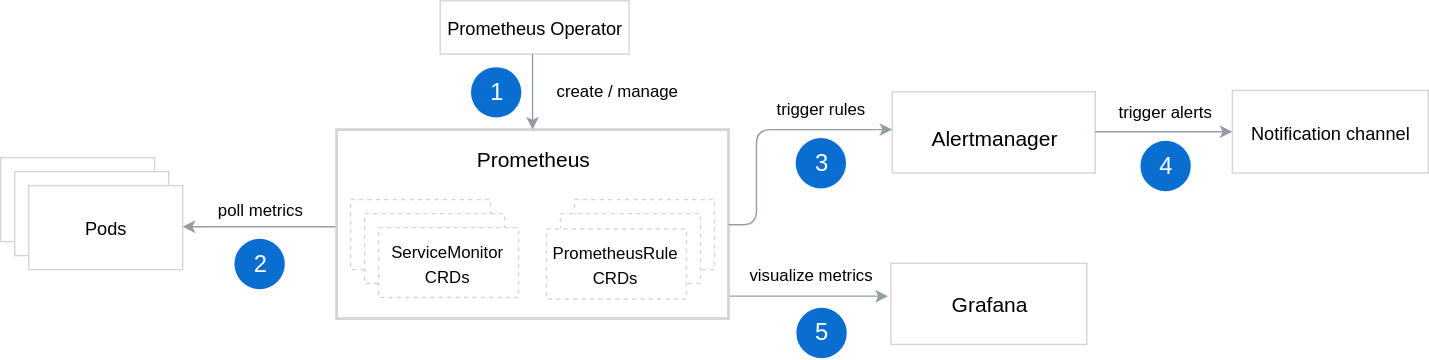
kyma-project/kyma keeps this draw.io diagram as docs/05-technical-reference/03-architecture/assets/obsv-monitoring-flow.svg. Above is the earlier version. Source tidied: cells renumbered, new cells last; positions are measured from the earlier drawing's top-left corner, leaving out a move shared by most shapes.
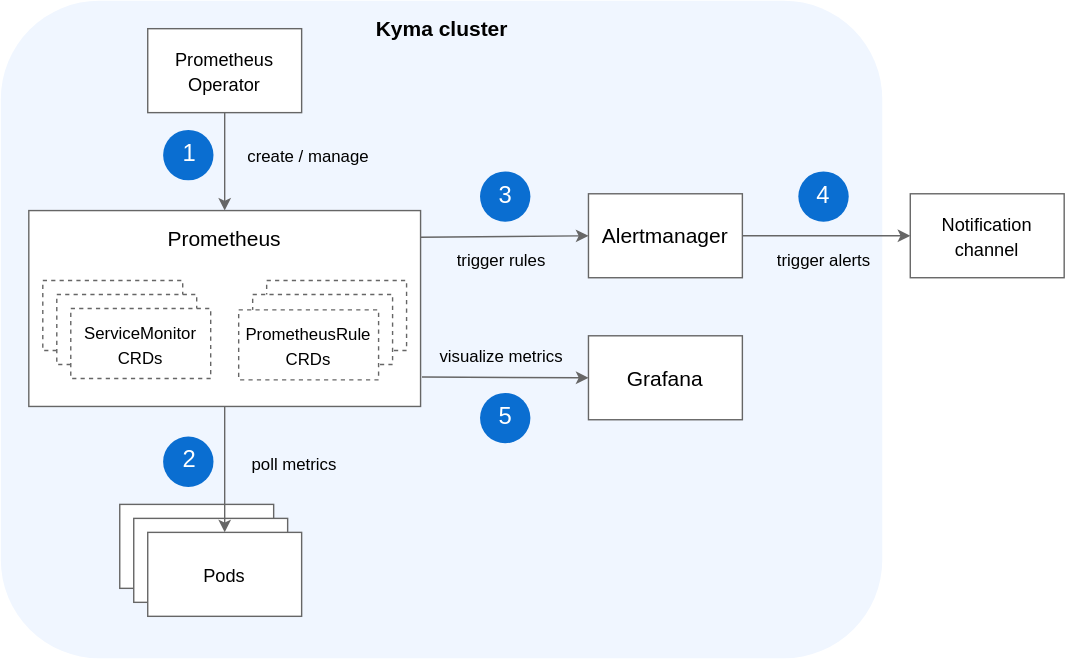
The same file after the commit.

Commit message:
redesign monitoring diagrams in new style

Diff of the diagram source:
```diff
@@ -2,133 +2,120 @@
   <root>
     <mxCell id="0" />
     <mxCell id="1" parent="0" />
-    <mxCell id="2" style="endArrow=classic;html=1;strokeColor=#959CA4;strokeWidth=1;fontFamily=Helvetica;fontSize=15;fontColor=#000000;exitX=0;exitY=0.5;exitDx=0;exitDy=0;entryX=1;entryY=0.5;entryDx=0;entryDy=0;" parent="1" edge="1">
-      <mxGeometry relative="1" as="geometry">
-        <mxPoint x="240.4" y="161.4" as="sourcePoint" />
-        <mxPoint x="130" y="161.4" as="targetPoint" />
-      </mxGeometry>
-    </mxCell>
+    <mxCell id="39" style="rounded=1;whiteSpace=wrap;html=1;strokeColor=none;fillColor=#F0F6FF;" parent="1" vertex="1">
+      <mxGeometry x="220" y="-58" width="630" height="470" as="geometry" />
+    </mxCell>
-    <mxCell id="3" value="&lt;font style=&quot;font-size: 13px&quot;&gt;&lt;br&gt;&lt;/font&gt;" style="rounded=0;whiteSpace=wrap;html=1;labelBackgroundColor=none;strokeColor=#D2D5D9;strokeWidth=1;fillColor=#FFFFFF;gradientColor=none;fontFamily=Helvetica;fontSize=15;fontColor=#000000;" parent="1" vertex="1">
-      <mxGeometry y="112" width="110" height="60" as="geometry" />
+    <mxCell id="3" value="&lt;font style=&quot;font-size: 13px&quot;&gt;&lt;br&gt;&lt;/font&gt;" style="rounded=0;whiteSpace=wrap;html=1;labelBackgroundColor=none;strokeWidth=1;fillColor=#FFFFFF;gradientColor=none;fontFamily=Helvetica;fontSize=15;fontColor=#000000;strokeColor=#666666;" parent="1" vertex="1">
+      <mxGeometry x="305" y="302" width="110" height="60" as="geometry" />
     </mxCell>
-    <mxCell id="4" value="&lt;font style=&quot;font-size: 13px&quot;&gt;&lt;br&gt;&lt;/font&gt;" style="rounded=0;whiteSpace=wrap;html=1;labelBackgroundColor=none;strokeColor=#D2D5D9;strokeWidth=1;fillColor=#FFFFFF;gradientColor=none;fontFamily=Helvetica;fontSize=15;fontColor=#000000;" parent="1" vertex="1">
-      <mxGeometry x="10" y="122" width="110" height="60" as="geometry" />
+    <mxCell id="4" value="&lt;font style=&quot;font-size: 13px&quot;&gt;&lt;br&gt;&lt;/font&gt;" style="rounded=0;whiteSpace=wrap;html=1;labelBackgroundColor=none;strokeWidth=1;fillColor=#FFFFFF;gradientColor=none;fontFamily=Helvetica;fontSize=15;fontColor=#000000;strokeColor=#666666;" parent="1" vertex="1">
+      <mxGeometry x="315" y="312" width="110" height="60" as="geometry" />
     </mxCell>
-    <mxCell id="5" value="&lt;font style=&quot;font-size: 13px&quot;&gt;Pods&lt;br&gt;&lt;/font&gt;" style="rounded=0;whiteSpace=wrap;html=1;labelBackgroundColor=none;strokeColor=#D2D5D9;strokeWidth=1;fillColor=#FFFFFF;gradientColor=none;fontFamily=Helvetica;fontSize=15;fontColor=#000000;" parent="1" vertex="1">
-      <mxGeometry x="20" y="132" width="110" height="60" as="geometry" />
+    <mxCell id="5" value="&lt;font style=&quot;font-size: 13px&quot;&gt;Pods&lt;br&gt;&lt;/font&gt;" style="rounded=0;whiteSpace=wrap;html=1;labelBackgroundColor=none;strokeWidth=1;fillColor=#FFFFFF;gradientColor=none;fontFamily=Helvetica;fontSize=15;fontColor=#000000;strokeColor=#666666;" parent="1" vertex="1">
+      <mxGeometry x="325" y="322" width="110" height="60" as="geometry" />
     </mxCell>
-    <mxCell id="6" style="rounded=0;whiteSpace=wrap;html=1;labelBackgroundColor=none;strokeColor=#D2D5D9;strokeWidth=2;fillColor=#FFFFFF;gradientColor=none;fontFamily=Helvetica;fontSize=15;fontColor=#000000;" parent="1" vertex="1">
-      <mxGeometry x="240" y="92" width="280" height="135" as="geometry" />
+    <mxCell id="6" style="rounded=0;whiteSpace=wrap;html=1;labelBackgroundColor=none;strokeWidth=1;fillColor=#FFFFFF;gradientColor=none;fontFamily=Helvetica;fontSize=15;fontColor=#000000;strokeColor=#666666;" parent="1" vertex="1">
+      <mxGeometry x="240" y="92" width="280" height="140" as="geometry" />
     </mxCell>
     <mxCell id="7" value="Prometheus" style="text;html=1;strokeColor=none;fillColor=none;align=center;verticalAlign=middle;whiteSpace=wrap;rounded=0;fontSize=15;" parent="1" vertex="1">
       <mxGeometry x="360" y="102" width="40" height="20" as="geometry" />
     </mxCell>
-    <mxCell id="8" style="rounded=0;whiteSpace=wrap;html=1;labelBackgroundColor=none;strokeColor=#D2D5D9;strokeWidth=1;fillColor=#FFFFFF;gradientColor=none;fontFamily=Helvetica;fontSize=15;fontColor=#000000;" parent="1" vertex="1">
-      <mxGeometry x="636" y="187.5" width="140" height="58" as="geometry" />
+    <mxCell id="8" value="Grafana" style="rounded=0;whiteSpace=wrap;html=1;labelBackgroundColor=none;strokeWidth=1;fillColor=#FFFFFF;gradientColor=none;fontFamily=Helvetica;fontSize=15;fontColor=#000000;strokeColor=#666666;" parent="1" vertex="1">
+      <mxGeometry x="640" y="181.5" width="110" height="60" as="geometry" />
     </mxCell>
-    <mxCell id="9" style="rounded=0;whiteSpace=wrap;html=1;labelBackgroundColor=none;strokeColor=#D2D5D9;strokeWidth=1;fillColor=#FFFFFF;gradientColor=none;fontFamily=Helvetica;fontSize=15;fontColor=#000000;" parent="1" vertex="1">
-      <mxGeometry x="637" y="65" width="145" height="58" as="geometry" />
+    <mxCell id="9" value="Alertmanager" style="rounded=0;whiteSpace=wrap;html=1;labelBackgroundColor=none;strokeWidth=1;fillColor=#FFFFFF;gradientColor=none;fontFamily=Helvetica;fontSize=15;fontColor=#000000;strokeColor=#666666;" parent="1" vertex="1">
+      <mxGeometry x="640" y="80" width="110" height="60" as="geometry" />
     </mxCell>
-    <mxCell id="10" value="&lt;font style=&quot;font-size: 13px&quot;&gt;Prometheus Operator&lt;/font&gt;" style="rounded=0;whiteSpace=wrap;html=1;labelBackgroundColor=none;strokeColor=#D2D5D9;strokeWidth=1;fillColor=#FFFFFF;gradientColor=none;fontFamily=Helvetica;fontSize=15;fontColor=#000000;" parent="1" vertex="1">
-      <mxGeometry x="314" width="135" height="38" as="geometry" />
+    <mxCell id="10" value="&lt;font style=&quot;font-size: 13px&quot;&gt;Prometheus &lt;br&gt;Operator&lt;/font&gt;" style="rounded=0;whiteSpace=wrap;html=1;labelBackgroundColor=none;strokeWidth=1;fillColor=#FFFFFF;gradientColor=none;fontFamily=Helvetica;fontSize=15;fontColor=#000000;strokeColor=#666666;" parent="1" vertex="1">
+      <mxGeometry x="325" y="-38" width="110" height="60" as="geometry" />
     </mxCell>
-    <mxCell id="11" style="endArrow=classic;html=1;strokeColor=#959CA4;strokeWidth=1;fontFamily=Helvetica;fontSize=15;fontColor=#000000;entryX=0.5;entryY=0;entryDx=0;entryDy=0;" parent="1" edge="1" target="6">
-      <mxGeometry relative="1" as="geometry">
-        <mxPoint x="380" y="38" as="sourcePoint" />
-      </mxGeometry>
+    <mxCell id="11" style="endArrow=classic;html=1;strokeWidth=1;fontFamily=Helvetica;fontSize=15;fontColor=#000000;entryX=0.5;entryY=0;entryDx=0;entryDy=0;exitX=0.5;exitY=1;exitDx=0;exitDy=0;strokeColor=#666666;" parent="1" edge="1" source="10" target="6">
+      <mxGeometry relative="1" as="geometry" />
     </mxCell>
-    <mxCell id="12" value="Grafana" style="text;html=1;strokeColor=none;fillColor=none;align=center;verticalAlign=middle;whiteSpace=wrap;rounded=0;fontSize=15;" parent="1" vertex="1">
-      <mxGeometry x="686" y="206.5" width="40" height="20" as="geometry" />
-    </mxCell>
-    <mxCell id="13" value="&lt;font style=&quot;font-size: 15px&quot;&gt;Alertmanager&lt;/font&gt;" style="text;html=1;strokeColor=none;fillColor=none;align=center;verticalAlign=middle;whiteSpace=wrap;rounded=0;fontSize=15;" parent="1" vertex="1">
-      <mxGeometry x="690" y="87.5" width="40" height="20" as="geometry" />
-    </mxCell>
-    <mxCell id="14" value="&lt;font style=&quot;font-size: 13px&quot;&gt;Notification channel&lt;/font&gt;" style="rounded=0;whiteSpace=wrap;html=1;labelBackgroundColor=none;strokeColor=#D2D5D9;strokeWidth=1;fillColor=#FFFFFF;gradientColor=none;fontFamily=Helvetica;fontSize=15;fontColor=#000000;" parent="1" vertex="1">
-      <mxGeometry x="880" y="64" width="140" height="59" as="geometry" />
+    <mxCell id="14" value="&lt;font style=&quot;font-size: 13px&quot;&gt;Notification channel&lt;/font&gt;" style="rounded=0;whiteSpace=wrap;html=1;labelBackgroundColor=none;strokeWidth=1;fillColor=#FFFFFF;gradientColor=none;fontFamily=Helvetica;fontSize=15;fontColor=#000000;strokeColor=#666666;" parent="1" vertex="1">
+      <mxGeometry x="870" y="80" width="110" height="60" as="geometry" />
     </mxCell>
-    <mxCell id="15" style="endArrow=classic;html=1;strokeColor=#959CA4;strokeWidth=1;fontFamily=Helvetica;fontSize=15;fontColor=#000000;" parent="1" edge="1">
+    <mxCell id="15" style="endArrow=classic;html=1;strokeWidth=1;fontFamily=Helvetica;fontSize=15;fontColor=#000000;entryX=0;entryY=0.5;entryDx=0;entryDy=0;strokeColor=#666666;" parent="1" edge="1" target="8">
       <mxGeometry relative="1" as="geometry">
         <mxPoint x="521" y="211" as="sourcePoint" />
-        <mxPoint x="634" y="211" as="targetPoint" />
       </mxGeometry>
     </mxCell>
-    <mxCell id="16" style="endArrow=classic;html=1;strokeColor=#959CA4;strokeWidth=1;fontFamily=Helvetica;fontSize=15;fontColor=#000000;" parent="1" edge="1">
-      <mxGeometry relative="1" as="geometry">
-        <mxPoint x="520" y="160" as="sourcePoint" />
-        <mxPoint x="637" y="92" as="targetPoint" />
-        <Array as="points">
-          <mxPoint x="540" y="160" />
-          <mxPoint x="540" y="92" />
-        </Array>
-      </mxGeometry>
-    </mxCell>
     <mxCell id="17" value="&lt;font style=&quot;font-size: 12px&quot;&gt;poll metrics&lt;/font&gt;" style="text;html=1;strokeColor=none;fillColor=none;align=center;verticalAlign=middle;whiteSpace=wrap;rounded=0;fontSize=15;" parent="1" vertex="1">
-      <mxGeometry x="145" y="137" width="80" height="20" as="geometry" />
+      <mxGeometry x="390" y="261.5" width="80" height="20" as="geometry" />
     </mxCell>
     <mxCell id="18" value="&lt;font style=&quot;font-size: 12px&quot;&gt;create / manage&lt;/font&gt;" style="text;html=1;strokeColor=none;fillColor=none;align=center;verticalAlign=middle;whiteSpace=wrap;rounded=0;fontSize=15;" parent="1" vertex="1">
-      <mxGeometry x="385" y="52" width="110" height="20" as="geometry" />
+      <mxGeometry x="385" y="42" width="110" height="20" as="geometry" />
     </mxCell>
     <mxCell id="19" value="&lt;font style=&quot;font-size: 12px&quot;&gt;visualize metrics&lt;/font&gt;" style="text;html=1;strokeColor=none;fillColor=none;align=center;verticalAlign=middle;whiteSpace=wrap;rounded=0;fontSize=15;" parent="1" vertex="1">
-      <mxGeometry x="528" y="189.5" width="100" height="10" as="geometry" />
+      <mxGeometry x="528" y="184.5" width="100" height="20" as="geometry" />
     </mxCell>
     <mxCell id="20" value="&lt;font style=&quot;font-size: 12px&quot;&gt;trigger rules&lt;/font&gt;" style="text;html=1;strokeColor=none;fillColor=none;align=center;verticalAlign=middle;whiteSpace=wrap;rounded=0;fontSize=15;" parent="1" vertex="1">
-      <mxGeometry x="549" y="62.5" width="74" height="25" as="geometry" />
+      <mxGeometry x="541" y="115.5" width="74" height="20" as="geometry" />
     </mxCell>
     <mxCell id="21" value="&lt;font style=&quot;font-size: 12px&quot;&gt;trigger alerts&lt;/font&gt;" style="text;html=1;strokeColor=none;fillColor=none;align=center;verticalAlign=middle;whiteSpace=wrap;rounded=0;fontSize=15;" parent="1" vertex="1">
-      <mxGeometry x="796" y="62" width="73" height="31" as="geometry" />
+      <mxGeometry x="771.5" y="116" width="73" height="20" as="geometry" />
     </mxCell>
     <mxCell id="22" style="ellipse;whiteSpace=wrap;html=1;labelBackgroundColor=none;strokeColor=none;strokeWidth=1;fillColor=#0A6ED1;gradientColor=none;fontFamily=Helvetica;fontSize=15;fontColor=#000000;" parent="1" vertex="1">
-      <mxGeometry x="167" y="170" width="36" height="36" as="geometry" />
+      <mxGeometry x="336" y="253.5" width="36" height="36" as="geometry" />
     </mxCell>
     <mxCell id="23" value="&lt;font style=&quot;font-size: 17px&quot; color=&quot;#ffffff&quot;&gt;2&lt;/font&gt;" style="text;html=1;strokeColor=none;fillColor=none;align=center;verticalAlign=middle;whiteSpace=wrap;rounded=0;labelBackgroundColor=none;fontFamily=Helvetica;fontSize=15;fontColor=#000000;" parent="1" vertex="1">
-      <mxGeometry x="177.5" y="181.5" width="16" height="13" as="geometry" />
+      <mxGeometry x="346.5" y="264" width="16" height="13" as="geometry" />
     </mxCell>
     <mxCell id="24" style="ellipse;whiteSpace=wrap;html=1;labelBackgroundColor=none;strokeColor=none;strokeWidth=1;fillColor=#0A6ED1;gradientColor=none;fontFamily=Helvetica;fontSize=15;fontColor=#000000;" parent="1" vertex="1">
-      <mxGeometry x="336" y="47.4" width="36" height="36" as="geometry" />
+      <mxGeometry x="336" y="34.4" width="36" height="36" as="geometry" />
     </mxCell>
     <mxCell id="25" value="&lt;font style=&quot;font-size: 17px&quot; color=&quot;#ffffff&quot;&gt;1&lt;/font&gt;" style="text;html=1;strokeColor=none;fillColor=none;align=center;verticalAlign=middle;whiteSpace=wrap;rounded=0;labelBackgroundColor=none;fontFamily=Helvetica;fontSize=15;fontColor=#000000;" parent="1" vertex="1">
-      <mxGeometry x="346.5" y="58.9" width="16" height="13" as="geometry" />
+      <mxGeometry x="346.5" y="45.9" width="16" height="13" as="geometry" />
     </mxCell>
     <mxCell id="26" style="ellipse;whiteSpace=wrap;html=1;labelBackgroundColor=none;strokeColor=none;strokeWidth=1;fillColor=#0A6ED1;gradientColor=none;fontFamily=Helvetica;fontSize=15;fontColor=#000000;" parent="1" vertex="1">
-      <mxGeometry x="568" y="98" width="36" height="36" as="geometry" />
+      <mxGeometry x="562.5" y="64" width="36" height="36" as="geometry" />
     </mxCell>
     <mxCell id="27" value="&lt;font style=&quot;font-size: 17px&quot; color=&quot;#ffffff&quot;&gt;3&lt;/font&gt;" style="text;html=1;strokeColor=none;fillColor=none;align=center;verticalAlign=middle;whiteSpace=wrap;rounded=0;labelBackgroundColor=none;fontFamily=Helvetica;fontSize=15;fontColor=#000000;" parent="1" vertex="1">
-      <mxGeometry x="578.5" y="109.5" width="16" height="13" as="geometry" />
+      <mxGeometry x="573" y="75.5" width="16" height="13" as="geometry" />
     </mxCell>
     <mxCell id="28" style="ellipse;whiteSpace=wrap;html=1;labelBackgroundColor=none;strokeColor=none;strokeWidth=1;fillColor=#0A6ED1;gradientColor=none;fontFamily=Helvetica;fontSize=15;fontColor=#000000;" parent="1" vertex="1">
-      <mxGeometry x="568.5" y="219.3" width="36" height="36" as="geometry" />
+      <mxGeometry x="562.5" y="222.3" width="36" height="36" as="geometry" />
     </mxCell>
     <mxCell id="29" value="&lt;font style=&quot;font-size: 17px&quot; color=&quot;#ffffff&quot;&gt;5&lt;/font&gt;" style="text;html=1;strokeColor=none;fillColor=none;align=center;verticalAlign=middle;whiteSpace=wrap;rounded=0;labelBackgroundColor=none;fontFamily=Helvetica;fontSize=15;fontColor=#000000;" parent="1" vertex="1">
-      <mxGeometry x="578.5" y="230.3" width="16" height="13" as="geometry" />
+      <mxGeometry x="572.5" y="233.3" width="16" height="13" as="geometry" />
     </mxCell>
     <mxCell id="30" style="ellipse;whiteSpace=wrap;html=1;labelBackgroundColor=none;strokeColor=none;strokeWidth=1;fillColor=#0A6ED1;gradientColor=none;fontFamily=Helvetica;fontSize=15;fontColor=#000000;" parent="1" vertex="1">
-      <mxGeometry x="814.3" y="100" width="36" height="36" as="geometry" />
+      <mxGeometry x="790" y="64" width="36" height="36" as="geometry" />
     </mxCell>
     <mxCell id="31" value="&lt;font style=&quot;font-size: 17px&quot; color=&quot;#ffffff&quot;&gt;4&lt;/font&gt;" style="text;html=1;strokeColor=none;fillColor=none;align=center;verticalAlign=middle;whiteSpace=wrap;rounded=0;labelBackgroundColor=none;fontFamily=Helvetica;fontSize=15;fontColor=#000000;" parent="1" vertex="1">
-      <mxGeometry x="824.8" y="111.5" width="16" height="13" as="geometry" />
+      <mxGeometry x="800.5" y="75.5" width="16" height="13" as="geometry" />
     </mxCell>
-    <mxCell id="32" style="endArrow=classic;html=1;strokeColor=#959CA4;strokeWidth=1;fontFamily=Helvetica;fontSize=15;fontColor=#000000;entryX=0;entryY=0.5;entryDx=0;entryDy=0;" parent="1" edge="1" target="14">
+    <mxCell id="32" style="endArrow=classic;html=1;strokeWidth=1;fontFamily=Helvetica;fontSize=15;fontColor=#000000;entryX=0;entryY=0.5;entryDx=0;entryDy=0;strokeColor=#666666;" parent="1" edge="1" target="14">
       <mxGeometry relative="1" as="geometry">
-        <mxPoint x="782" y="93.5" as="sourcePoint" />
+        <mxPoint x="750" y="110" as="sourcePoint" />
       </mxGeometry>
     </mxCell>
-    <mxCell id="33" style="rounded=0;whiteSpace=wrap;html=1;labelBackgroundColor=none;strokeColor=#D2D5D9;strokeWidth=1;fillColor=#FFFFFF;gradientColor=none;fontFamily=Helvetica;fontSize=15;fontColor=#000000;dashed=1;" parent="1" vertex="1">
+    <mxCell id="33" style="rounded=0;whiteSpace=wrap;html=1;labelBackgroundColor=none;strokeWidth=1;fillColor=#FFFFFF;gradientColor=none;fontFamily=Helvetica;fontSize=15;fontColor=#000000;dashed=1;strokeColor=#666666;" parent="1" vertex="1">
       <mxGeometry x="250" y="142" width="100" height="50" as="geometry" />
     </mxCell>
-    <mxCell id="34" style="rounded=0;whiteSpace=wrap;html=1;labelBackgroundColor=none;strokeColor=#D2D5D9;strokeWidth=1;fillColor=#FFFFFF;gradientColor=none;fontFamily=Helvetica;fontSize=15;fontColor=#000000;dashed=1;" parent="1" vertex="1">
+    <mxCell id="34" style="rounded=0;whiteSpace=wrap;html=1;labelBackgroundColor=none;strokeWidth=1;fillColor=#FFFFFF;gradientColor=none;fontFamily=Helvetica;fontSize=15;fontColor=#000000;dashed=1;strokeColor=#666666;" parent="1" vertex="1">
       <mxGeometry x="260" y="152" width="100" height="50" as="geometry" />
     </mxCell>
-    <mxCell id="35" value="&lt;font style=&quot;font-size: 12px&quot;&gt;ServiceMonitor CRDs&lt;/font&gt;" style="rounded=0;whiteSpace=wrap;html=1;labelBackgroundColor=none;strokeColor=#D2D5D9;strokeWidth=1;fillColor=#FFFFFF;gradientColor=none;fontFamily=Helvetica;fontSize=15;fontColor=#000000;dashed=1;" parent="1" vertex="1">
+    <mxCell id="35" value="&lt;font style=&quot;font-size: 12px&quot;&gt;ServiceMonitor CRDs&lt;/font&gt;" style="rounded=0;whiteSpace=wrap;html=1;labelBackgroundColor=none;strokeWidth=1;fillColor=#FFFFFF;gradientColor=none;fontFamily=Helvetica;fontSize=15;fontColor=#000000;dashed=1;strokeColor=#666666;" parent="1" vertex="1">
       <mxGeometry x="270" y="162" width="100" height="50" as="geometry" />
     </mxCell>
-    <mxCell id="36" style="rounded=0;whiteSpace=wrap;html=1;labelBackgroundColor=none;strokeColor=#D2D5D9;strokeWidth=1;fillColor=#FFFFFF;gradientColor=none;fontFamily=Helvetica;fontSize=15;fontColor=#000000;dashed=1;" parent="1" vertex="1">
+    <mxCell id="36" style="rounded=0;whiteSpace=wrap;html=1;labelBackgroundColor=none;strokeWidth=1;fillColor=#FFFFFF;gradientColor=none;fontFamily=Helvetica;fontSize=15;fontColor=#000000;dashed=1;strokeColor=#666666;" parent="1" vertex="1">
       <mxGeometry x="410" y="142" width="100" height="50" as="geometry" />
     </mxCell>
-    <mxCell id="37" style="rounded=0;whiteSpace=wrap;html=1;labelBackgroundColor=none;strokeColor=#D2D5D9;strokeWidth=1;fillColor=#FFFFFF;gradientColor=none;fontFamily=Helvetica;fontSize=15;fontColor=#000000;dashed=1;" parent="1" vertex="1">
+    <mxCell id="37" style="rounded=0;whiteSpace=wrap;html=1;labelBackgroundColor=none;strokeWidth=1;fillColor=#FFFFFF;gradientColor=none;fontFamily=Helvetica;fontSize=15;fontColor=#000000;dashed=1;strokeColor=#666666;" parent="1" vertex="1">
       <mxGeometry x="400" y="152" width="100" height="50" as="geometry" />
     </mxCell>
-    <mxCell id="38" value="&lt;span style=&quot;white-space: normal&quot;&gt;&lt;font style=&quot;font-size: 12px&quot;&gt;PrometheusRule CRDs&lt;/font&gt;&lt;/span&gt;" style="rounded=0;whiteSpace=wrap;html=1;labelBackgroundColor=none;strokeColor=#D2D5D9;strokeWidth=1;fillColor=#FFFFFF;gradientColor=none;fontFamily=Helvetica;fontSize=15;fontColor=#000000;dashed=1;" parent="1" vertex="1">
+    <mxCell id="38" value="&lt;span style=&quot;white-space: normal&quot;&gt;&lt;font style=&quot;font-size: 12px&quot;&gt;PrometheusRule CRDs&lt;/font&gt;&lt;/span&gt;" style="rounded=0;whiteSpace=wrap;html=1;labelBackgroundColor=none;strokeWidth=1;fillColor=#FFFFFF;gradientColor=none;fontFamily=Helvetica;fontSize=15;fontColor=#000000;dashed=1;strokeColor=#666666;" parent="1" vertex="1">
       <mxGeometry x="390" y="163" width="100" height="50" as="geometry" />
     </mxCell>
+    <mxCell id="2" style="endArrow=classic;html=1;strokeWidth=1;fontFamily=Helvetica;fontSize=15;fontColor=#000000;exitX=0.5;exitY=1;exitDx=0;exitDy=0;entryX=0.5;entryY=0;entryDx=0;entryDy=0;strokeColor=#666666;" parent="1" edge="1" source="6" target="5">
+      <mxGeometry relative="1" as="geometry" />
+    </mxCell>
+    <mxCell id="40" style="endArrow=classic;html=1;strokeWidth=1;fontFamily=Helvetica;fontSize=15;fontColor=#000000;entryX=0;entryY=0.5;entryDx=0;entryDy=0;exitX=0.999;exitY=0.136;exitDx=0;exitDy=0;exitPerimeter=0;strokeColor=#666666;" parent="1" edge="1" source="6" target="9">
+      <mxGeometry relative="1" as="geometry" />
+    </mxCell>
+    <mxCell id="41" value="&lt;font style=&quot;font-size: 15px&quot;&gt;&lt;b&gt;Kyma cluster&lt;/b&gt;&lt;/font&gt;" style="text;html=1;align=center;verticalAlign=middle;" parent="1" vertex="1">
+      <mxGeometry x="480" y="-48" width="110" height="20" as="geometry" />
+    </mxCell>
   </root>
 </mxGraphModel>
```
